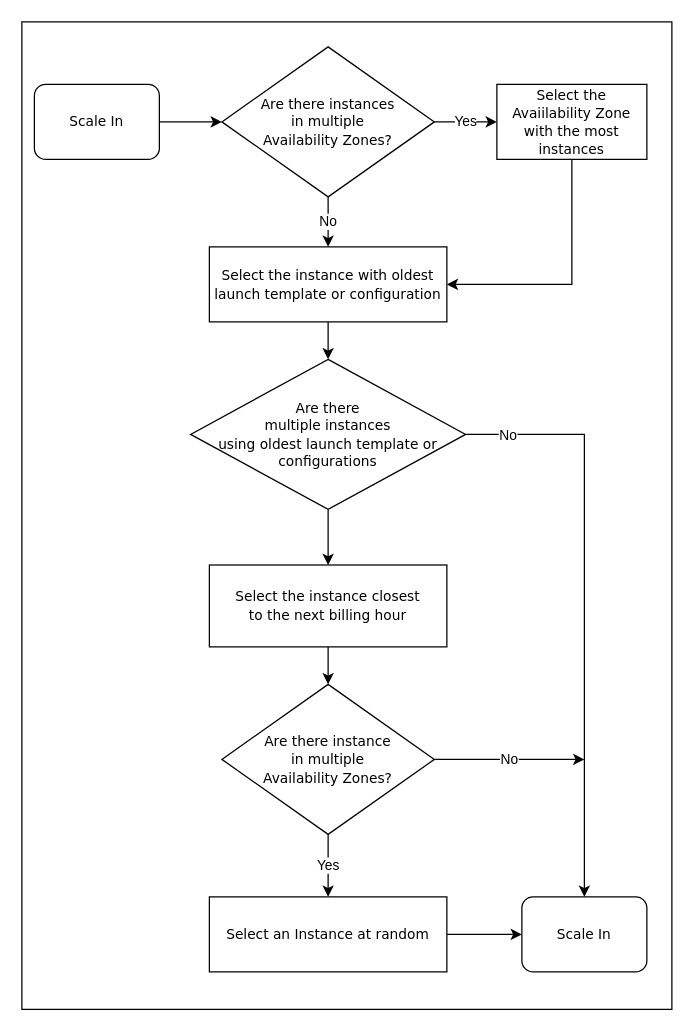
Above: aws-arch/AutoScaling-TerminationPolicy.drawio in kasukur/drawio (draw.io), before the change. Source tidied: cells renumbered, new cells numbered last; positions are measured from the earlier drawing's top-left corner, leaving out a move shared by most shapes. Both pictures are drawn from the tidied source at 125%, with x=0, y=0 at pixel (21, 21).
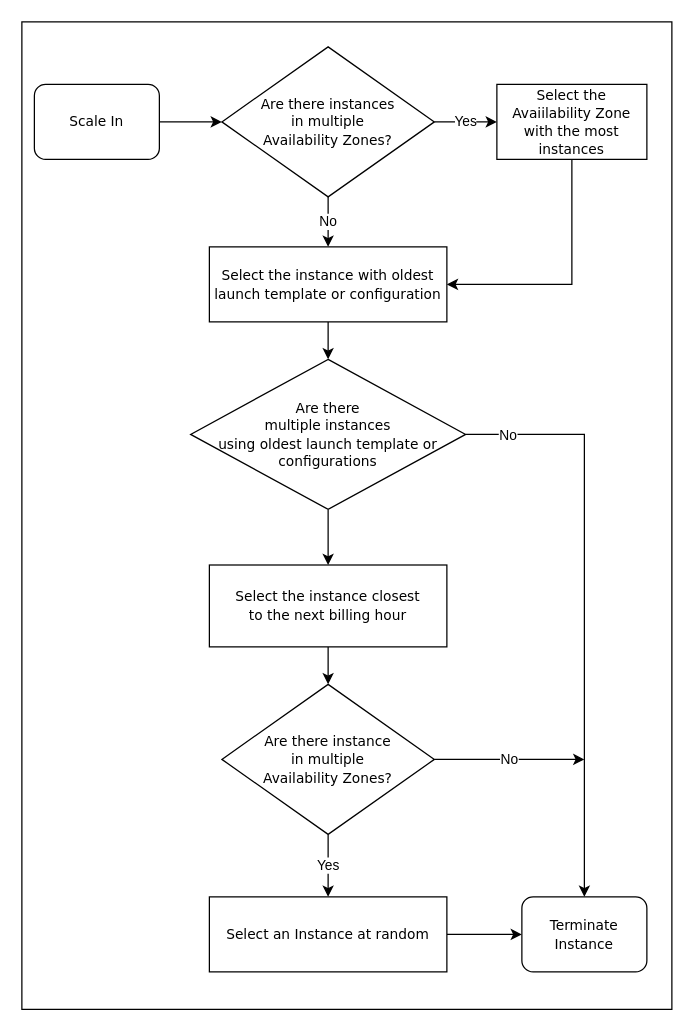
The same diagram, later.

The edit, as a diff of the source:
```diff
@@
-    <mxCell id="23" value="&lt;font face=&quot;Verdana&quot; style=&quot;font-size: 11px&quot;&gt;Scale In&lt;/font&gt;" style="rounded=1;whiteSpace=wrap;html=1;" parent="1" vertex="1">
+    <mxCell id="23" value="&lt;font face=&quot;Verdana&quot; style=&quot;font-size: 11px&quot;&gt;Terminate Instance&lt;/font&gt;" style="rounded=1;whiteSpace=wrap;html=1;" parent="1" vertex="1">
       <mxGeometry x="400" y="700" width="100" height="60" as="geometry" />
     </mxCell>
```
